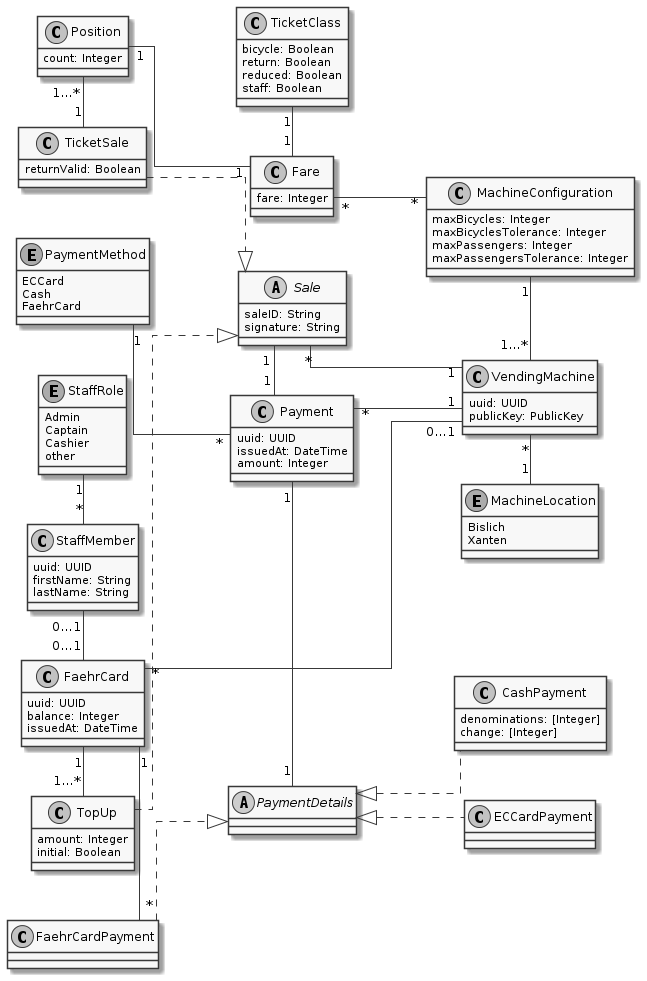
The PlantUML diagram img/class_diagram.png in FerryTix/diagrams, before a commit.
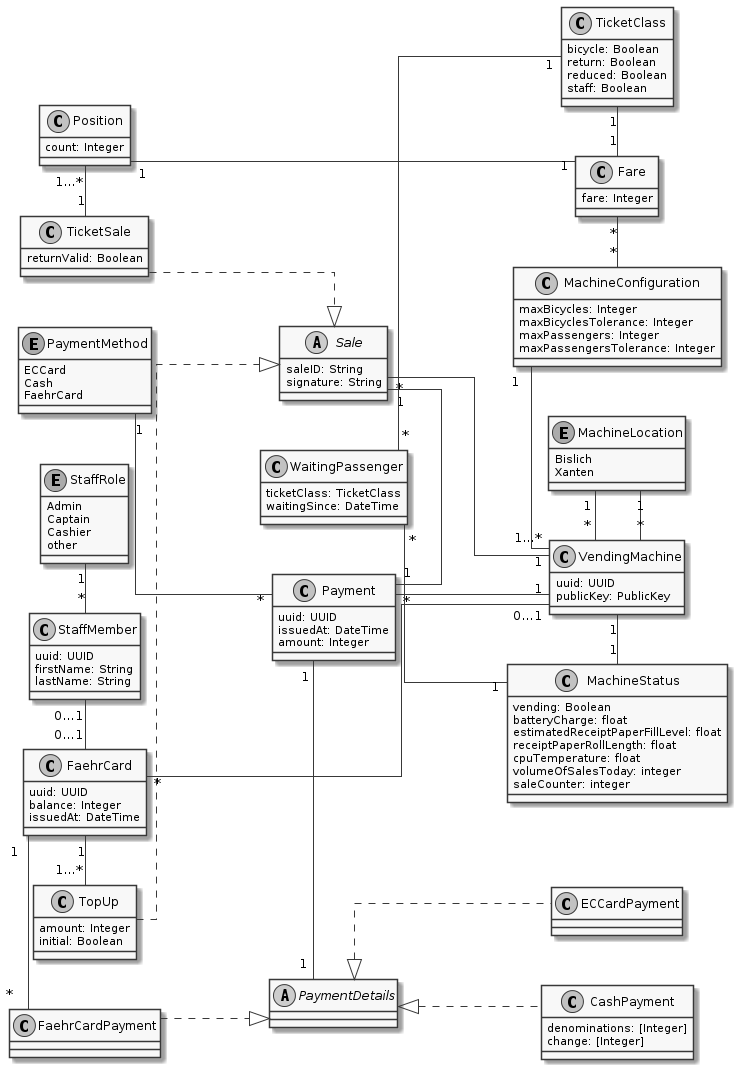
After the commit.

Diff of the diagram source:
```diff
@@ -6,7 +6,7 @@
 
 abstract class PaymentDetails
 skinparam nodesep 50
-skinparam ranksep 70
+skinparam ranksep 100
 
 class FaehrCardPayment {
 }
@@ -131,7 +131,27 @@
 
 MachineLocation "1" -up "*" VendingMachine
 
+MachineLocation "1" -- "*" VendingMachine
 
+class MachineStatus {
+    vending: Boolean
+    batteryCharge: float
+    estimatedReceiptPaperFillLevel: float
+    receiptPaperRollLength: float
+    cpuTemperature: float
+    volumeOfSalesToday: integer
+    saleCounter: integer
+}
 
+WaitingPassenger "*" - "1" MachineStatus
+
+class WaitingPassenger {
+    ticketClass: TicketClass
+    waitingSince: DateTime
+}
+
+WaitingPassenger "*" -- "1" TicketClass
+
+VendingMachine "1" - "1" MachineStatus
 
 @enduml
```
